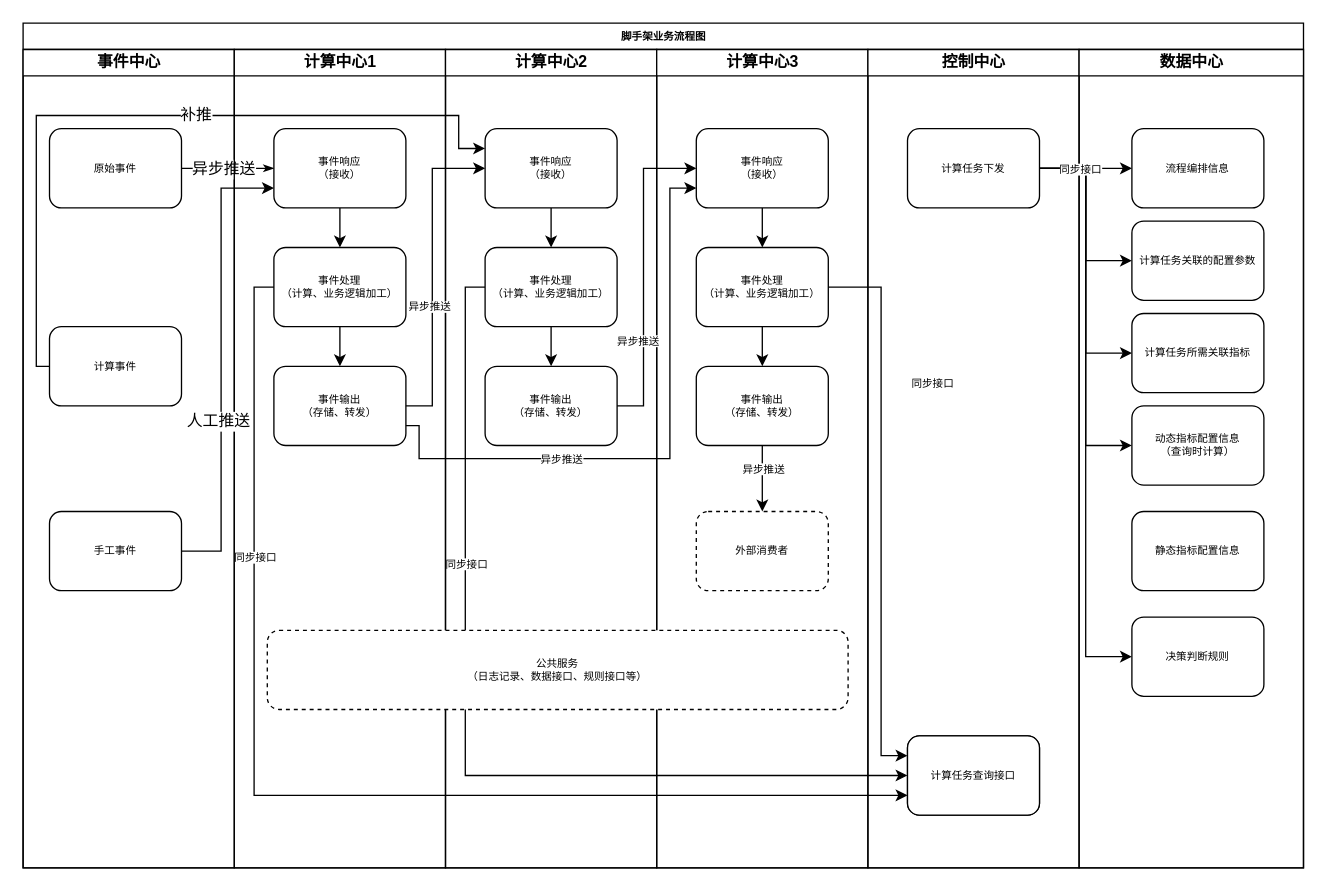
Earlier version of the draw.io diagram 脚手架业务流程图.drawio (michael0817/wing). Source tidied: cells renumbered, new cells numbered last; positions are measured from the earlier drawing's top-left corner, leaving out a move shared by most shapes. Both pictures are drawn from the tidied source at 132%, with x=0, y=0 at pixel (22, 22).
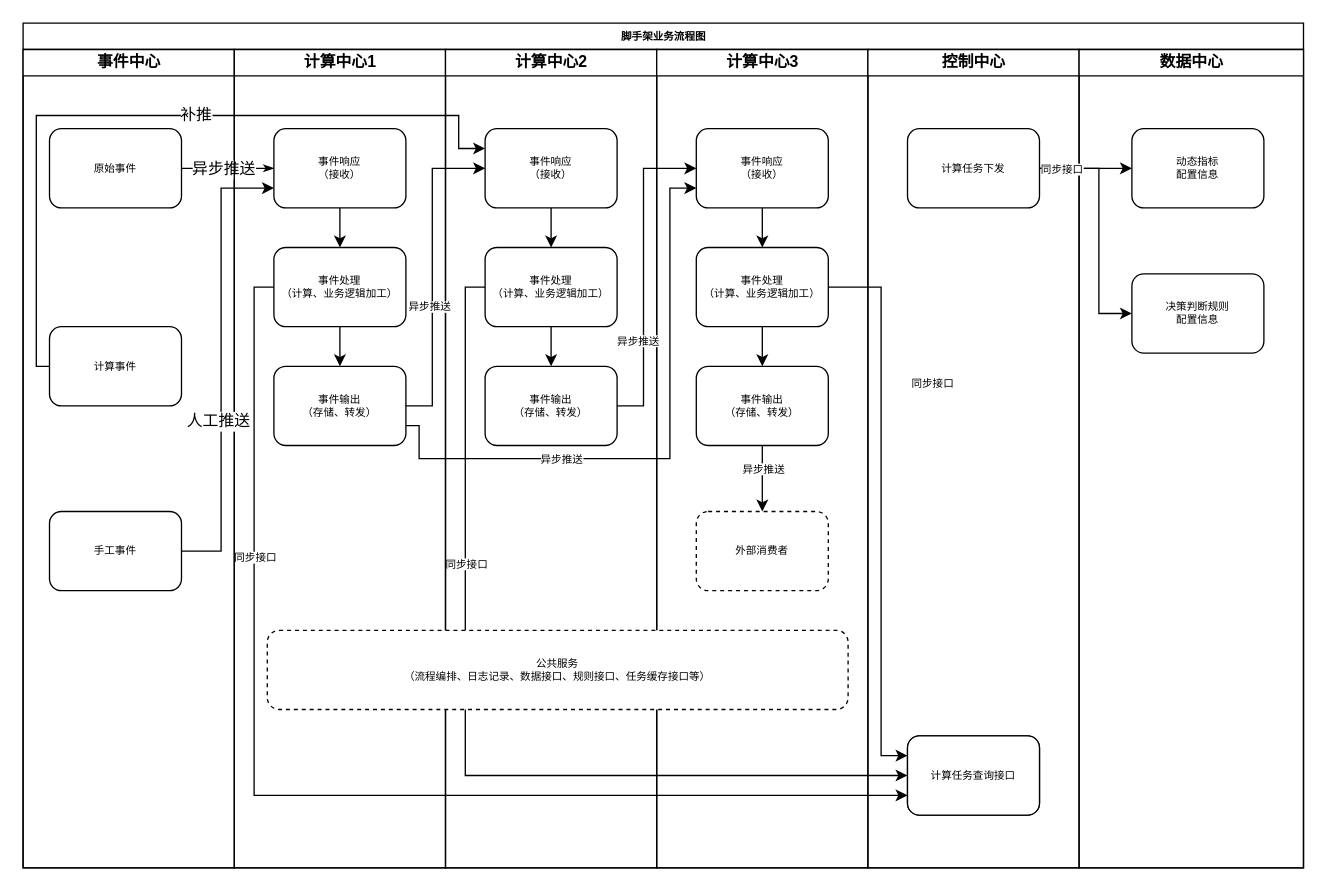
Above is the later version.

Commit message:
Update 脚手架业务流程图.drawio

Unchanged cells that the change refers to:
```xml
<mxCell id="2" value="脚手架业务流程图" style="swimlane;html=1;startSize=20;rounded=0;shadow=0;labelBackgroundColor=none;strokeWidth=1;fontFamily=Verdana;fontSize=8;align=center;" parent="1" vertex="1">
  <mxGeometry width="970" height="640" as="geometry" />
</mxCell>
<mxCell id="23" value="计算中心3" style="swimlane;html=1;startSize=20;" parent="2" vertex="1">
  <mxGeometry x="480" y="20" width="160" height="620" as="geometry" />
</mxCell>
<mxCell id="34" value="计算任务下发" style="rounded=1;whiteSpace=wrap;html=1;shadow=0;labelBackgroundColor=none;strokeWidth=1;fontFamily=Verdana;fontSize=8;align=center;" parent="33" vertex="1">
  <mxGeometry x="30" y="60" width="100" height="60" as="geometry" />
</mxCell>
<mxCell id="37" value="数据中心" style="swimlane;html=1;startSize=20;" parent="2" vertex="1">
  <mxGeometry x="800" y="20" width="170" height="620" as="geometry" />
</mxCell>
```

The edit, as a diff of the source:
```diff
@@
-    <mxCell id="32" value="公共服务&lt;br&gt;（日志记录、数据接口、规则接口等）" style="rounded=1;whiteSpace=wrap;html=1;shadow=0;dashed=1;strokeWidth=1;fontFamily=Verdana;fontSize=8;" parent="23" vertex="1">
+    <mxCell id="32" value="公共服务&lt;br&gt;（流程编排、日志记录、数据接口、规则接口、任务缓存接口等）" style="rounded=1;whiteSpace=wrap;html=1;shadow=0;dashed=1;strokeWidth=1;fontFamily=Verdana;fontSize=8;" parent="23" vertex="1">
       <mxGeometry x="-295" y="440" width="440" height="60" as="geometry" />
     </mxCell>
@@
-    <mxCell id="38" value="流程编排信息" style="rounded=1;whiteSpace=wrap;html=1;shadow=0;labelBackgroundColor=none;strokeWidth=1;fontFamily=Verdana;fontSize=8;align=center;" parent="37" vertex="1">
-      <mxGeometry x="40" y="60" width="100" height="60" as="geometry" />
-    </mxCell>
-    <mxCell id="39" value="计算任务所需关联指标" style="rounded=1;whiteSpace=wrap;html=1;shadow=0;labelBackgroundColor=none;strokeWidth=1;fontFamily=Verdana;fontSize=8;align=center;" parent="37" vertex="1">
-      <mxGeometry x="40" y="200" width="100" height="60" as="geometry" />
-    </mxCell>
-    <mxCell id="40" value="决策判断规则" style="rounded=1;whiteSpace=wrap;html=1;shadow=0;labelBackgroundColor=none;strokeWidth=1;fontFamily=Verdana;fontSize=8;align=center;" parent="37" vertex="1">
-      <mxGeometry x="40" y="430" width="100" height="60" as="geometry" />
+    <mxCell id="40" value="决策判断规则&lt;br&gt;配置信息" style="rounded=1;whiteSpace=wrap;html=1;shadow=0;labelBackgroundColor=none;strokeWidth=1;fontFamily=Verdana;fontSize=8;align=center;" parent="37" vertex="1">
+      <mxGeometry x="40" y="170" width="100" height="60" as="geometry" />
     </mxCell>
-    <mxCell id="41" value="动态指标配置信息&lt;br&gt;（查询时计算）" style="rounded=1;whiteSpace=wrap;html=1;shadow=0;labelBackgroundColor=none;strokeWidth=1;fontFamily=Verdana;fontSize=8;align=center;" parent="37" vertex="1">
-      <mxGeometry x="40" y="270" width="100" height="60" as="geometry" />
+    <mxCell id="41" value="动态指标&lt;br&gt;配置信息" style="rounded=1;whiteSpace=wrap;html=1;shadow=0;labelBackgroundColor=none;strokeWidth=1;fontFamily=Verdana;fontSize=8;align=center;" parent="37" vertex="1">
+      <mxGeometry x="40" y="60" width="100" height="60" as="geometry" />
     </mxCell>
-    <mxCell id="42" value="计算任务关联的配置参数" style="rounded=1;whiteSpace=wrap;html=1;shadow=0;labelBackgroundColor=none;strokeWidth=1;fontFamily=Verdana;fontSize=8;align=center;" parent="37" vertex="1">
-      <mxGeometry x="40" y="130" width="100" height="60" as="geometry" />
-    </mxCell>
-    <mxCell id="43" value="静态指标配置信息" style="rounded=1;whiteSpace=wrap;html=1;shadow=0;labelBackgroundColor=none;strokeWidth=1;fontFamily=Verdana;fontSize=8;align=center;" parent="37" vertex="1">
-      <mxGeometry x="40" y="350" width="100" height="60" as="geometry" />
-    </mxCell>
@@
-    <mxCell id="54" style="edgeStyle=orthogonalEdgeStyle;rounded=0;jettySize=auto;html=1;entryX=0;entryY=0.5;entryDx=0;entryDy=0;" parent="2" edge="1" source="34" target="38">
-      <mxGeometry relative="1" as="geometry" />
-    </mxCell>
-    <mxCell id="55" style="edgeStyle=orthogonalEdgeStyle;rounded=0;jettySize=auto;html=1;entryX=0;entryY=0.5;entryDx=0;entryDy=0;" parent="2" edge="1" source="34" target="42">
-      <mxGeometry relative="1" as="geometry" />
-    </mxCell>
-    <mxCell id="56" style="edgeStyle=orthogonalEdgeStyle;rounded=0;jettySize=auto;html=1;entryX=0;entryY=0.5;entryDx=0;entryDy=0;" parent="2" edge="1" source="34" target="39">
-      <mxGeometry relative="1" as="geometry" />
-    </mxCell>
@@
     <mxCell id="58" style="edgeStyle=orthogonalEdgeStyle;rounded=0;jettySize=auto;html=1;entryX=0;entryY=0.5;entryDx=0;entryDy=0;" parent="2" edge="1" source="34" target="40">
-      <mxGeometry relative="1" as="geometry" />
+      <mxGeometry relative="1" as="geometry">
+        <Array as="points">
+          <mxPoint x="815" y="110" />
+          <mxPoint x="815" y="220" />
+        </Array>
+      </mxGeometry>
     </mxCell>
```
